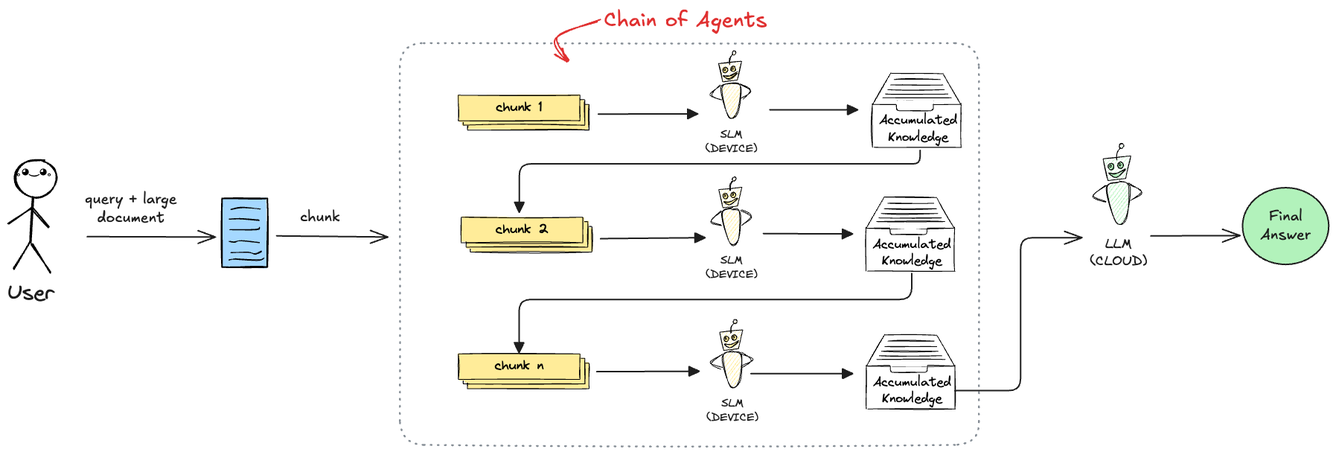
Above: azurebootcamp-2026/graphics/04-coa.excalidraw.png in filipw/filipw.github.io (Excalidraw), before the change. Source tidied: one line per element, renumbered; positions are measured from the earlier drawing's top-left corner, leaving out a move shared by most shapes.
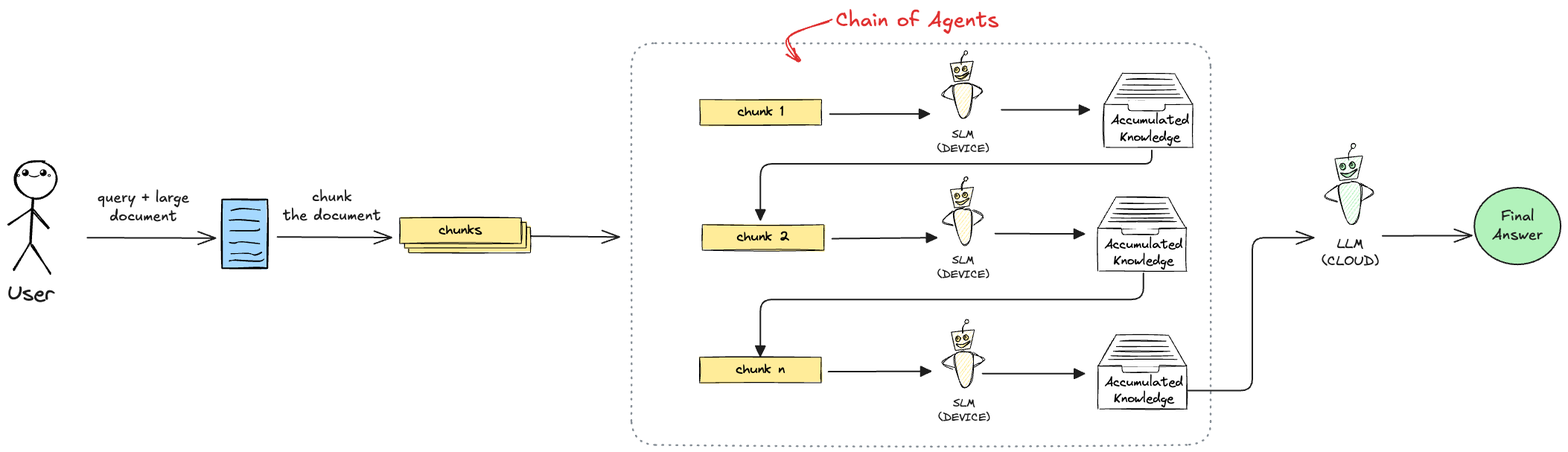
After the change.

The edit, as a diff of the source:
```diff
@@ -1,36 +1,30 @@
-{"id": 0, "type": "rectangle", "strokeColor": "#000000", "backgroundColor": "#a5d8ff", "fillStyle": "solid", "strokeWidth": 2, "roughness": 1, "x": 288, "y": 256, "width": 61, "height": 92}
+{"id": 0, "type": "rectangle", "strokeColor": "#000000", "backgroundColor": "#a5d8ff", "fillStyle": "solid", "strokeWidth": 2, "roughness": 1, "x": -23, "y": 258, "width": 61, "height": 92}
-{"id": 1, "type": "line", "strokeColor": "#000000", "backgroundColor": "#a5d8ff", "fillStyle": "solid", "strokeWidth": 1, "roughness": 1, "round": true, "x": 299, "y": 298, "width": 40, "height": 3, "points": [[0, 0], [35, 0], [40, -3]]}
+{"id": 1, "type": "line", "strokeColor": "#000000", "backgroundColor": "#a5d8ff", "fillStyle": "solid", "strokeWidth": 1, "roughness": 1, "round": true, "x": -12, "y": 300, "width": 40, "height": 3, "points": [[0, 0], [35, 0], [40, -3]]}
-{"id": 2, "type": "line", "strokeColor": "#000000", "backgroundColor": "#a5d8ff", "fillStyle": "solid", "strokeWidth": 1, "roughness": 1, "round": true, "x": 300, "y": 271, "width": 39, "height": 2, "points": [[0, 0], [14, -2], [39, 0]]}
+{"id": 2, "type": "line", "strokeColor": "#000000", "backgroundColor": "#a5d8ff", "fillStyle": "solid", "strokeWidth": 1, "roughness": 1, "round": true, "x": -11, "y": 273, "width": 39, "height": 2, "points": [[0, 0], [14, -2], [39, 0]]}
-{"id": 3, "type": "line", "strokeColor": "#000000", "backgroundColor": "#a5d8ff", "fillStyle": "solid", "strokeWidth": 1, "roughness": 1, "round": true, "x": 300, "y": 329, "width": 42, "height": 4, "points": [[0, 0], [23, 0], [32, 2], [42, -2]]}
+{"id": 3, "type": "line", "strokeColor": "#000000", "backgroundColor": "#a5d8ff", "fillStyle": "solid", "strokeWidth": 1, "roughness": 1, "round": true, "x": -11, "y": 331, "width": 42, "height": 4, "points": [[0, 0], [23, 0], [32, 2], [42, -2]]}
-{"id": 4, "type": "line", "strokeColor": "#000000", "backgroundColor": "#a5d8ff", "fillStyle": "solid", "strokeWidth": 1, "roughness": 1, "round": true, "x": 297, "y": 339, "width": 47, "height": 3, "points": [[0, 0], [9, -1], [14, -1], [40, 1], [47, -2]]}
+{"id": 4, "type": "line", "strokeColor": "#000000", "backgroundColor": "#a5d8ff", "fillStyle": "solid", "strokeWidth": 1, "roughness": 1, "round": true, "x": -13, "y": 340, "width": 47, "height": 3, "points": [[0, 0], [9, -1], [14, -1], [40, 1], [47, -2]]}
-{"id": 5, "type": "line", "strokeColor": "#000000", "backgroundColor": "#a5d8ff", "fillStyle": "solid", "strokeWidth": 1, "roughness": 1, "round": true, "x": 298, "y": 284, "width": 40, "height": 2, "points": [[0, 0], [16, -1], [40, 2]]}
+{"id": 5, "type": "line", "strokeColor": "#000000", "backgroundColor": "#a5d8ff", "fillStyle": "solid", "strokeWidth": 1, "roughness": 1, "round": true, "x": -13, "y": 286, "width": 40, "height": 2, "points": [[0, 0], [16, -1], [40, 2]]}
-{"id": 6, "type": "line", "strokeColor": "#000000", "backgroundColor": "#a5d8ff", "fillStyle": "solid", "strokeWidth": 1, "roughness": 1, "round": true, "x": 298, "y": 314, "width": 40, "height": 2, "points": [[0, 0], [7, 1], [16, -1], [40, 2]]}
+{"id": 6, "type": "line", "strokeColor": "#000000", "backgroundColor": "#a5d8ff", "fillStyle": "solid", "strokeWidth": 1, "roughness": 1, "round": true, "x": -13, "y": 315, "width": 40, "height": 2, "points": [[0, 0], [7, 1], [16, -1], [40, 2]]}
-{"id": 7, "type": "arrow", "strokeColor": "#1e1e1e", "strokeWidth": 2, "roughness": 0, "endArrowhead": "arrow", "round": true, "to": 0, "x": 107, "y": 308, "width": 172, "height": 1, "points": [[0, 0], [172, 1]]}
+{"id": 7, "type": "arrow", "strokeColor": "#1e1e1e", "strokeWidth": 2, "roughness": 0, "endArrowhead": "arrow", "round": true, "to": 0, "x": -204, "y": 309, "width": 172, "height": 1, "points": [[0, 0], [172, 1]]}
-{"id": 8, "type": "rectangle", "strokeColor": "#000000", "backgroundColor": "#ffec99", "fillStyle": "solid", "strokeWidth": 1, "roughness": 1, "x": 618, "y": 130, "width": 163, "height": 34}
-{"id": 9, "type": "rectangle", "strokeColor": "#000000", "backgroundColor": "#ffec99", "fillStyle": "solid", "strokeWidth": 1, "roughness": 1, "x": 612, "y": 124, "width": 163, "height": 34}
-{"id": 10, "type": "rectangle", "strokeColor": "#000000", "backgroundColor": "#ffec99", "fillStyle": "solid", "strokeWidth": 1, "roughness": 1, "x": 606, "y": 118, "width": 163, "height": 34}
+{"id": 10, "type": "rectangle", "strokeColor": "#000000", "backgroundColor": "#ffec99", "fillStyle": "solid", "strokeWidth": 1, "roughness": 1, "x": 619, "y": 124, "width": 163, "height": 34}
-{"id": 11, "type": "text", "text": "chunk 1", "strokeColor": "#000000", "backgroundColor": "#ffec99", "fillStyle": "solid", "strokeWidth": 1, "roughness": 1, "fontSize": 19.01, "fontFamily": 1, "textAlign": "center", "x": 656, "y": 121, "width": 63, "height": 25}
+{"id": 11, "type": "text", "text": "chunk 1", "strokeColor": "#000000", "backgroundColor": "#ffec99", "fillStyle": "solid", "strokeWidth": 1, "roughness": 1, "fontSize": 19.01, "fontFamily": 1, "textAlign": "center", "x": 670, "y": 127, "width": 63, "height": 25}
-{"id": 12, "type": "rectangle", "strokeColor": "#000000", "backgroundColor": "#ffec99", "fillStyle": "solid", "strokeWidth": 1, "roughness": 1, "x": 622, "y": 294, "width": 163, "height": 34}
-{"id": 13, "type": "rectangle", "strokeColor": "#000000", "backgroundColor": "#ffec99", "fillStyle": "solid", "strokeWidth": 1, "roughness": 1, "x": 616, "y": 288, "width": 163, "height": 34}
-{"id": 14, "type": "rectangle", "strokeColor": "#000000", "backgroundColor": "#ffec99", "fillStyle": "solid", "strokeWidth": 1, "roughness": 1, "x": 610, "y": 282, "width": 163, "height": 34}
+{"id": 14, "type": "rectangle", "strokeColor": "#000000", "backgroundColor": "#ffec99", "fillStyle": "solid", "strokeWidth": 1, "roughness": 1, "x": 622, "y": 292, "width": 163, "height": 34}
-{"id": 15, "type": "text", "text": "chunk 2", "strokeColor": "#000000", "backgroundColor": "#ffec99", "fillStyle": "solid", "strokeWidth": 1, "roughness": 1, "fontSize": 19.01, "fontFamily": 1, "textAlign": "center", "x": 656, "y": 285, "width": 71, "height": 25}
+{"id": 15, "type": "text", "text": "chunk 2", "strokeColor": "#000000", "backgroundColor": "#ffec99", "fillStyle": "solid", "strokeWidth": 1, "roughness": 1, "fontSize": 19.01, "fontFamily": 1, "textAlign": "center", "x": 669, "y": 295, "width": 71, "height": 25}
-{"id": 16, "type": "rectangle", "strokeColor": "#000000", "backgroundColor": "#ffec99", "fillStyle": "solid", "strokeWidth": 1, "roughness": 1, "x": 618, "y": 478, "width": 163, "height": 34}
-{"id": 17, "type": "rectangle", "strokeColor": "#000000", "backgroundColor": "#ffec99", "fillStyle": "solid", "strokeWidth": 1, "roughness": 1, "x": 612, "y": 471, "width": 163, "height": 34}
-{"id": 18, "type": "rectangle", "strokeColor": "#000000", "backgroundColor": "#ffec99", "fillStyle": "solid", "strokeWidth": 1, "roughness": 1, "x": 606, "y": 465, "width": 163, "height": 34}
+{"id": 18, "type": "rectangle", "strokeColor": "#000000", "backgroundColor": "#ffec99", "fillStyle": "solid", "strokeWidth": 1, "roughness": 1, "x": 619, "y": 470, "width": 163, "height": 34}
-{"id": 19, "type": "text", "text": "chunk n", "strokeColor": "#000000", "backgroundColor": "#ffec99", "fillStyle": "solid", "strokeWidth": 1, "roughness": 1, "fontSize": 19.01, "fontFamily": 1, "textAlign": "center", "x": 654, "y": 469, "width": 66, "height": 25}
+{"id": 19, "type": "text", "text": "chunk n", "strokeColor": "#000000", "backgroundColor": "#ffec99", "fillStyle": "solid", "strokeWidth": 1, "roughness": 1, "fontSize": 19.01, "fontFamily": 1, "textAlign": "center", "x": 667, "y": 473, "width": 66, "height": 25}
 {"id": 20, "type": "arrow", "strokeColor": "#1e1e1e", "strokeWidth": 2, "roughness": 0, "endArrowhead": "arrow", "round": true, "to": 23, "x": 362, "y": 307, "width": 149, "height": 1, "points": [[0, 0], [149, 1]]}
-{"id": 21, "type": "arrow", "strokeColor": "#1e1e1e", "strokeWidth": 2, "roughness": 0, "endArrowhead": "triangle", "round": true, "from": 8, "x": 794, "y": 143, "width": 134, "height": 0, "points": [[0, 0], [134, 0]]}
+{"id": 21, "type": "arrow", "strokeColor": "#1e1e1e", "strokeWidth": 2, "roughness": 0, "endArrowhead": "triangle", "round": true, "x": 794, "y": 143, "width": 134, "height": 0, "points": [[0, 0], [134, 0]]}
-{"id": 22, "type": "arrow", "strokeColor": "#1e1e1e", "strokeWidth": 2, "roughness": 0, "endArrowhead": "triangle", "round": true, "from": 12, "x": 797, "y": 310, "width": 140, "height": 1, "points": [[0, 0], [140, -1]]}
+{"id": 22, "type": "arrow", "strokeColor": "#1e1e1e", "strokeWidth": 2, "roughness": 0, "endArrowhead": "triangle", "round": true, "x": 797, "y": 310, "width": 140, "height": 1, "points": [[0, 0], [140, -1]]}
 {"id": 23, "type": "rectangle", "strokeColor": "#868e96", "strokeWidth": 2, "strokeStyle": "dotted", "roughness": 1, "round": true, "x": 527, "y": 48, "width": 778, "height": 539}
-{"id": 24, "type": "text", "text": "query + large\ndocument", "strokeColor": "#1e1e1e", "backgroundColor": "#b2f2bb", "fillStyle": "solid", "strokeWidth": 2, "strokeStyle": "dotted", "roughness": 1, "fontSize": 20, "fontFamily": 5, "textAlign": "center", "x": 104, "y": 245, "width": 124, "height": 50}
+{"id": 24, "type": "text", "text": "query + large\ndocument", "strokeColor": "#1e1e1e", "backgroundColor": "#b2f2bb", "fillStyle": "solid", "strokeWidth": 2, "strokeStyle": "dotted", "roughness": 1, "fontSize": 20, "fontFamily": 5, "textAlign": "center", "x": -190, "y": 244, "width": 124, "height": 50}
-{"id": 25, "type": "ellipse", "strokeColor": "#000000", "strokeWidth": 2, "roughness": 1, "x": 10, "y": 203, "width": 56, "height": 51}
+{"id": 25, "type": "ellipse", "strokeColor": "#000000", "strokeWidth": 2, "roughness": 1, "x": -301, "y": 205, "width": 56, "height": 51}
-{"id": 26, "type": "line", "strokeColor": "#000000", "backgroundColor": "#ced4da", "fillStyle": "solid", "strokeWidth": 2, "roughness": 1, "round": true, "x": 35, "y": 254, "width": 3, "height": 62, "points": [[0, 0], [-3, 62]]}
+{"id": 26, "type": "line", "strokeColor": "#000000", "backgroundColor": "#ced4da", "fillStyle": "solid", "strokeWidth": 2, "roughness": 1, "round": true, "x": -276, "y": 256, "width": 3, "height": 62, "points": [[0, 0], [-3, 62]]}
-{"id": 27, "type": "line", "strokeColor": "#000000", "backgroundColor": "#ced4da", "fillStyle": "solid", "strokeWidth": 2, "roughness": 1, "round": true, "x": 32, "y": 318, "width": 25, "height": 38, "points": [[0, 0], [25, 38]]}
+{"id": 27, "type": "line", "strokeColor": "#000000", "backgroundColor": "#ced4da", "fillStyle": "solid", "strokeWidth": 2, "roughness": 1, "round": true, "x": -279, "y": 319, "width": 25, "height": 38, "points": [[0, 0], [25, 38]]}
-{"id": 28, "type": "line", "strokeColor": "#000000", "backgroundColor": "#ced4da", "fillStyle": "solid", "strokeWidth": 2, "roughness": 1, "round": true, "x": 29, "y": 316, "width": 21, "height": 35, "points": [[0, 0], [-21, 35]]}
+{"id": 28, "type": "line", "strokeColor": "#000000", "backgroundColor": "#ced4da", "fillStyle": "solid", "strokeWidth": 2, "roughness": 1, "round": true, "x": -282, "y": 317, "width": 21, "height": 35, "points": [[0, 0], [-21, 35]]}
-{"id": 29, "type": "line", "strokeColor": "#000000", "backgroundColor": "#ced4da", "fillStyle": "solid", "strokeWidth": 2, "roughness": 1, "round": true, "x": 1, "y": 290, "width": 32, "height": 21, "points": [[0, 0], [32, -21]]}
+{"id": 29, "type": "line", "strokeColor": "#000000", "backgroundColor": "#ced4da", "fillStyle": "solid", "strokeWidth": 2, "roughness": 1, "round": true, "x": -310, "y": 291, "width": 32, "height": 21, "points": [[0, 0], [32, -21]]}
-{"id": 30, "type": "line", "strokeColor": "#000000", "backgroundColor": "#ced4da", "fillStyle": "solid", "strokeWidth": 2, "roughness": 1, "round": true, "x": 33, "y": 268, "width": 23, "height": 28, "points": [[0, 0], [23, 28]]}
+{"id": 30, "type": "line", "strokeColor": "#000000", "backgroundColor": "#ced4da", "fillStyle": "solid", "strokeWidth": 2, "roughness": 1, "round": true, "x": -278, "y": 269, "width": 23, "height": 28, "points": [[0, 0], [23, 28]]}
-{"id": 31, "type": "text", "text": "｡◕‿◕｡", "strokeColor": "#000000", "strokeWidth": 1, "roughness": 1, "fontSize": 15.28, "fontFamily": 1, "x": 11, "y": 210, "width": 49, "height": 22}
+{"id": 31, "type": "text", "text": "｡◕‿◕｡", "strokeColor": "#000000", "strokeWidth": 1, "roughness": 1, "fontSize": 15.28, "fontFamily": 1, "x": -299, "y": 211, "width": 49, "height": 22}
-{"id": 32, "type": "text", "text": "User", "strokeColor": "#1e1e1e", "backgroundColor": "#b2f2bb", "fillStyle": "solid", "strokeWidth": 2, "roughness": 1, "fontSize": 28, "fontFamily": 1, "x": 0, "y": 366, "width": 63, "height": 35}
+{"id": 32, "type": "text", "text": "User", "strokeColor": "#1e1e1e", "backgroundColor": "#b2f2bb", "fillStyle": "solid", "strokeWidth": 2, "roughness": 1, "fontSize": 28, "fontFamily": 1, "x": -311, "y": 368, "width": 63, "height": 35}
 {"id": 33, "type": "line", "strokeColor": "#000000", "backgroundColor": "#ffec99", "fillStyle": "hachure", "strokeWidth": 1, "roughness": 1, "x": 955, "y": 75, "width": 31, "height": 28, "points": [[0, 0], [6, 24], [25, 22], [31, -3], [0, 0]]}
 {"id": 34, "type": "line", "strokeColor": "#000000", "angle": 0.41, "backgroundColor": "#ffec99", "fillStyle": "hachure", "strokeWidth": 1, "roughness": 1, "round": true, "x": 973, "y": 76, "width": 3, "height": 13, "points": [[0, 0], [-3, -7], [-2, -13]]}
 {"id": 35, "type": "ellipse", "strokeColor": "#000000", "angle": 0.29, "backgroundColor": "#ffec99", "fillStyle": "hachure", "strokeWidth": 1, "roughness": 1, "x": 974, "y": 58, "width": 5, "height": 6}
@@ -60,7 +54,7 @@
 {"id": 59, "type": "text", "text": "7", "strokeColor": "#ffffff", "backgroundColor": "#ffffff", "fillStyle": "solid", "strokeWidth": 1, "roughness": 1, "fontSize": 11.66, "fontFamily": 1, "round": true, "x": 1219, "y": 168, "width": 6, "height": 15}
 {"id": 60, "type": "text", "text": "Accumulated\nKnowledge", "strokeColor": "#000000", "backgroundColor": "#ffffff", "fillStyle": "solid", "strokeWidth": 1, "roughness": 1, "fontSize": 17.4, "fontFamily": 1, "textAlign": "center", "round": true, "x": 1171, "y": 141, "width": 105, "height": 45}
 {"id": 61, "type": "arrow", "strokeColor": "#1e1e1e", "strokeWidth": 2, "roughness": 0, "endArrowhead": "triangle", "round": true, "x": 1024, "y": 137, "width": 118, "height": 0, "points": [[0, 0], [118, 0]]}
-{"id": 62, "type": "arrow", "strokeColor": "#1e1e1e", "backgroundColor": "#ffec99", "fillStyle": "solid", "strokeWidth": 2, "roughness": 0, "endArrowhead": "triangle", "from": 60, "to": 15, "x": 1226, "y": 192, "width": 538, "height": 83, "points": [[0, 0], [0, 18], [-538, 18], [-538, 83]]}
+{"id": 62, "type": "arrow", "strokeColor": "#1e1e1e", "backgroundColor": "#ffec99", "fillStyle": "solid", "strokeWidth": 2, "roughness": 0, "endArrowhead": "triangle", "from": 60, "to": 15, "x": 1226, "y": 192, "width": 526, "height": 94, "points": [[0, 0], [0, 18], [-526, 18], [-526, 94]]}
 {"id": 63, "type": "line", "strokeColor": "#000000", "backgroundColor": "#ffec99", "fillStyle": "hachure", "strokeWidth": 1, "roughness": 1, "x": 956, "y": 245, "width": 31, "height": 28, "points": [[0, 0], [6, 24], [25, 22], [31, -3], [0, 0]]}
 {"id": 64, "type": "line", "strokeColor": "#000000", "angle": 0.41, "backgroundColor": "#ffec99", "fillStyle": "hachure", "strokeWidth": 1, "roughness": 1, "round": true, "x": 973, "y": 245, "width": 3, "height": 13, "points": [[0, 0], [-3, -7], [-2, -13]]}
 {"id": 65, "type": "ellipse", "strokeColor": "#000000", "angle": 0.29, "backgroundColor": "#ffec99", "fillStyle": "hachure", "strokeWidth": 1, "roughness": 1, "x": 974, "y": 228, "width": 5, "height": 6}
@@ -102,7 +96,7 @@
 {"id": 101, "type": "text", "text": "7", "strokeColor": "#ffffff", "backgroundColor": "#ffffff", "fillStyle": "solid", "strokeWidth": 1, "roughness": 1, "fontSize": 11.66, "fontFamily": 1, "round": true, "x": 1210, "y": 334, "width": 6, "height": 15}
 {"id": 102, "type": "text", "text": "Accumulated\nKnowledge", "strokeColor": "#000000", "backgroundColor": "#ffffff", "fillStyle": "solid", "strokeWidth": 1, "roughness": 1, "fontSize": 17.4, "fontFamily": 1, "textAlign": "center", "round": true, "x": 1163, "y": 307, "width": 105, "height": 45}
 {"id": 103, "type": "arrow", "strokeColor": "#1e1e1e", "strokeWidth": 2, "roughness": 0, "endArrowhead": "triangle", "round": true, "x": 1016, "y": 304, "width": 120, "height": 0, "points": [[0, 0], [120, 0]]}
-{"id": 104, "type": "arrow", "strokeColor": "#1e1e1e", "backgroundColor": "#ffec99", "fillStyle": "solid", "strokeWidth": 2, "roughness": 0, "endArrowhead": "triangle", "from": 102, "to": 19, "x": 1215, "y": 357, "width": 528, "height": 107, "points": [[0, 0], [0, 35], [-528, 35], [-528, 107]]}
+{"id": 104, "type": "arrow", "strokeColor": "#1e1e1e", "backgroundColor": "#ffec99", "fillStyle": "solid", "strokeWidth": 2, "roughness": 0, "endArrowhead": "triangle", "from": 102, "to": 19, "x": 1215, "y": 357, "width": 515, "height": 111, "points": [[0, 0], [0, 35], [-515, 35], [-515, 111]]}
 {"id": 105, "type": "line", "strokeColor": "#000000", "strokeWidth": 1, "roughness": 1, "x": 1156, "y": 539, "width": 118, "height": 0, "points": [[0, 0], [118, 0]]}
 {"id": 106, "type": "line", "strokeColor": "#000000", "strokeWidth": 1, "roughness": 1, "x": 1154, "y": 539, "width": 0, "height": 59, "points": [[0, 0], [0, -59]]}
 {"id": 107, "type": "line", "strokeColor": "#000000", "strokeWidth": 1, "roughness": 1, "x": 1273, "y": 539, "width": 0, "height": 59, "points": [[0, 0], [0, -59]]}
@@ -131,7 +125,7 @@
 {"id": 130, "type": "ellipse", "strokeColor": "#000000", "backgroundColor": "#b2f2bb", "fillStyle": "solid", "strokeWidth": 1, "roughness": 1, "x": 1492, "y": 208, "width": 8, "height": 9}
 {"id": 131, "type": "ellipse", "strokeColor": "#000000", "backgroundColor": "#b2f2bb", "fillStyle": "solid", "strokeWidth": 1, "roughness": 0, "x": 1494, "y": 210, "width": 2, "height": 3}
 {"id": 132, "type": "text", "text": "LLM\n(CLOUD)", "strokeColor": "#1e1e1e", "backgroundColor": "#b2f2bb", "fillStyle": "solid", "strokeWidth": 2, "roughness": 1, "fontSize": 18.22, "fontFamily": 1, "textAlign": "center", "x": 1454, "y": 307, "width": 77, "height": 46}
-{"id": 133, "type": "arrow", "strokeColor": "#1e1e1e", "strokeWidth": 2, "roughness": 0, "endArrowhead": "triangle", "round": true, "from": 16, "x": 792, "y": 489, "width": 138, "height": 0, "points": [[0, 0], [138, 0]]}
+{"id": 133, "type": "arrow", "strokeColor": "#1e1e1e", "strokeWidth": 2, "roughness": 0, "endArrowhead": "triangle", "round": true, "x": 792, "y": 489, "width": 138, "height": 0, "points": [[0, 0], [138, 0]]}
 {"id": 134, "type": "arrow", "strokeColor": "#1e1e1e", "strokeWidth": 2, "roughness": 0, "endArrowhead": "triangle", "round": true, "x": 999, "y": 492, "width": 137, "height": 0, "points": [[0, 0], [137, 0]]}
 {"id": 135, "type": "arrow", "strokeColor": "#1e1e1e", "backgroundColor": "#b2f2bb", "fillStyle": "solid", "strokeWidth": 2, "roughness": 0, "endArrowhead": "arrow", "from": 120, "to": 132, "x": 1273, "y": 515, "width": 171, "height": 205, "points": [[0, 0], [88, 0], [88, -205], [171, -205]]}
 {"id": 136, "type": "ellipse", "strokeColor": "#1e1e1e", "backgroundColor": "#b2f2bb", "fillStyle": "solid", "strokeWidth": 2, "roughness": 0, "round": true, "x": 1659, "y": 242, "width": 116, "height": 103}
@@ -139,4 +133,9 @@
 {"id": 138, "type": "arrow", "strokeColor": "#1e1e1e", "backgroundColor": "#b2f2bb", "fillStyle": "solid", "strokeWidth": 2, "roughness": 0, "endArrowhead": "arrow", "from": 132, "to": 136, "x": 1536, "y": 307, "width": 120, "height": 0, "points": [[0, 0], [120, 0]]}
 {"id": 139, "type": "text", "text": "Chain of Agents", "strokeColor": "#e03131", "backgroundColor": "#ffec99", "fillStyle": "solid", "strokeWidth": 2, "roughness": 0, "fontSize": 28, "fontFamily": 5, "textAlign": "center", "x": 801, "y": 0, "width": 219, "height": 35}
 {"id": 140, "type": "arrow", "strokeColor": "#e03131", "backgroundColor": "#b2f2bb", "fillStyle": "solid", "strokeWidth": 2, "roughness": 2, "endArrowhead": "arrow", "round": true, "from": 23, "to": 23, "x": 794, "y": 20, "width": 54, "height": 53, "points": [[0, 0], [-54, 20], [-38, 53]]}
-{"id": 141, "type": "text", "text": "chunk", "strokeColor": "#1e1e1e", "backgroundColor": "#b2f2bb", "fillStyle": "solid", "strokeWidth": 2, "strokeStyle": "dotted", "roughness": 1, "fontSize": 20, "fontFamily": 5, "textAlign": "center", "x": 393, "y": 269, "width": 54, "height": 25}
+{"id": 142, "type": "rectangle", "strokeColor": "#000000", "backgroundColor": "#ffec99", "fillStyle": "solid", "strokeWidth": 1, "roughness": 1, "x": 228, "y": 295, "width": 163, "height": 34}
+{"id": 143, "type": "rectangle", "strokeColor": "#000000", "backgroundColor": "#ffec99", "fillStyle": "solid", "strokeWidth": 1, "roughness": 1, "x": 222, "y": 289, "width": 163, "height": 34}
+{"id": 144, "type": "rectangle", "strokeColor": "#000000", "backgroundColor": "#ffec99", "fillStyle": "solid", "strokeWidth": 1, "roughness": 1, "x": 216, "y": 283, "width": 163, "height": 34}
+{"id": 145, "type": "text", "text": "chunks", "strokeColor": "#000000", "backgroundColor": "#ffec99", "fillStyle": "solid", "strokeWidth": 1, "roughness": 1, "fontSize": 19.01, "fontFamily": 1, "textAlign": "center", "x": 268, "y": 286, "width": 58, "height": 25}
+{"id": 146, "type": "arrow", "strokeColor": "#1e1e1e", "strokeWidth": 2, "roughness": 0, "endArrowhead": "arrow", "round": true, "from": 0, "to": 144, "x": 52, "y": 308, "width": 153, "height": 1, "points": [[0, 0], [153, 1]]}
+{"id": 147, "type": "text", "text": "chunk\nthe document", "strokeColor": "#1e1e1e", "backgroundColor": "#b2f2bb", "fillStyle": "solid", "strokeWidth": 2, "strokeStyle": "dotted", "roughness": 1, "fontSize": 20, "fontFamily": 5, "textAlign": "center", "x": 59, "y": 243, "width": 132, "height": 50}
```
